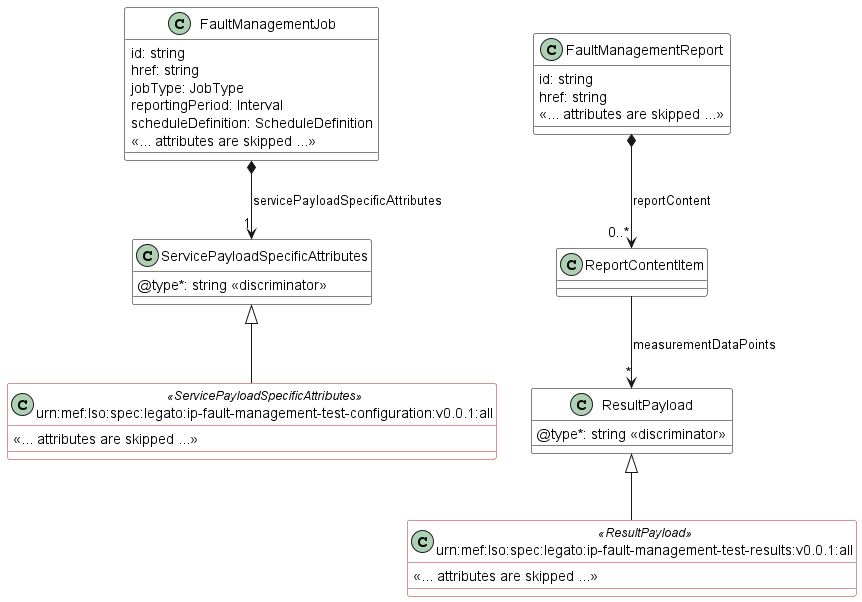
Above: documentation/serviceApi/fm/media/extensionPattern.png in MEF-GIT/MEF-LSO-Legato-SDK (PlantUML), before the change.
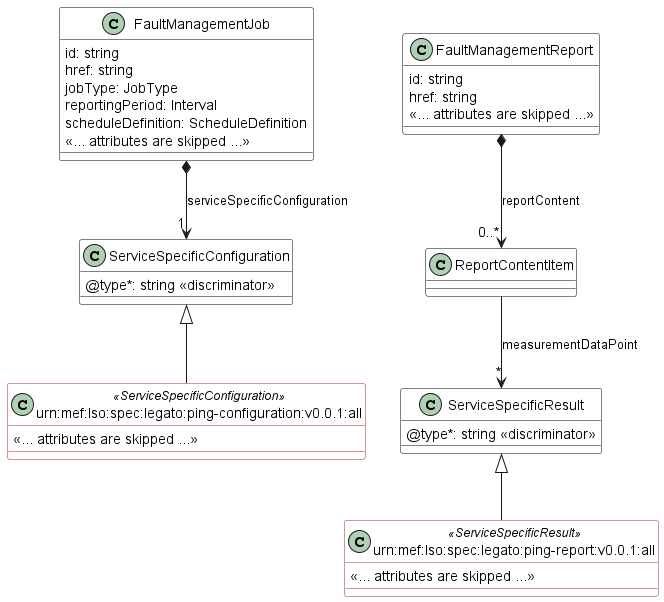
The same diagram one commit later.

Diff of the diagram source:
```diff
@@ -2,8 +2,8 @@
 skinparam {
     ClassBackgroundColor White
     ClassBorderColor Black
-    ClassBorderColor<<ServicePayloadSpecificAttributes>> FireBrick
-    ClassBorderColor<<ResultPayload>> FireBrick
+    ClassBorderColor<<ServiceSpecificConfiguration>> FireBrick
+    ClassBorderColor<<ServiceSpecificResult>> FireBrick
 }
 set namespaceSeparator none
 
@@ -18,18 +18,18 @@
 }
 
 
-class ServicePayloadSpecificAttributes {
+class ServiceSpecificConfiguration {
     @type*: string <<discriminator>>
 }
 
 
-FaultManagementJob *-->"1" ServicePayloadSpecificAttributes : servicePayloadSpecificAttributes
+FaultManagementJob *-->"1" ServiceSpecificConfiguration : serviceSpecificConfiguration
 
-class urn:mef:lso:spec:legato:ip-fault-management-test-configuration:v0.0.1:all <<ServicePayloadSpecificAttributes>> {
+class urn:mef:lso:spec:legato:ping-configuration:v0.0.1:all <<ServiceSpecificConfiguration>> {
 
     <<... attributes are skipped ...>>
 }
-ServicePayloadSpecificAttributes <|-- "urn:mef:lso:spec:legato:ip-fault-management-test-configuration:v0.0.1:all"
+ServiceSpecificConfiguration <|-- "urn:mef:lso:spec:legato:ping-configuration:v0.0.1:all"
 
 
 
@@ -44,17 +44,17 @@
 
 }
 
-class ResultPayload {
+class ServiceSpecificResult {
     @type*: string <<discriminator>>
 }
 
 FaultManagementReport *-->"0..*" ReportContentItem : reportContent
-ReportContentItem -->"*" ResultPayload : measurementDataPoints
+ReportContentItem -->"*" ServiceSpecificResult : measurementDataPoint
 
-class urn:mef:lso:spec:legato:ip-fault-management-test-results:v0.0.1:all <<ResultPayload>> {
+class urn:mef:lso:spec:legato:ping-report:v0.0.1:all <<ServiceSpecificResult>> {
 
     <<... attributes are skipped ...>>
 }
-ResultPayload <|-- "urn:mef:lso:spec:legato:ip-fault-management-test-results:v0.0.1:all"
+ServiceSpecificResult <|-- "urn:mef:lso:spec:legato:ping-report:v0.0.1:all"
 
 @enduml
```
